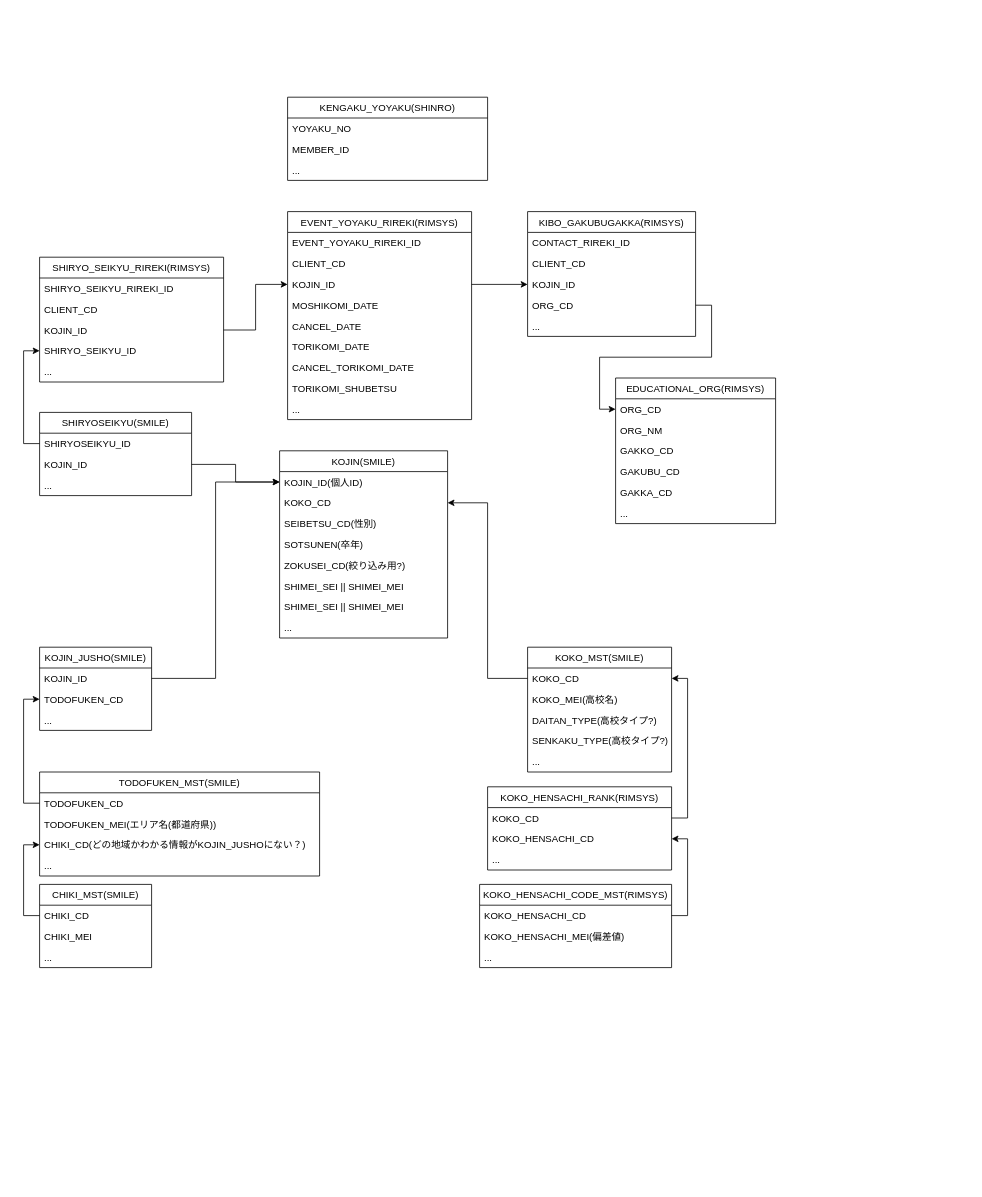
Before: page "Page-6" (6 of 6) of learning bloc.drawio in newuniverse/diagrams, a draw.io diagram. Source tidied: cells renumbered, new cells numbered last; positions are measured from the earlier drawing's top-left corner, leaving out a move shared by most shapes. Both pictures are drawn from the tidied source at 80%, with x=0, y=0 at pixel (39, 97).
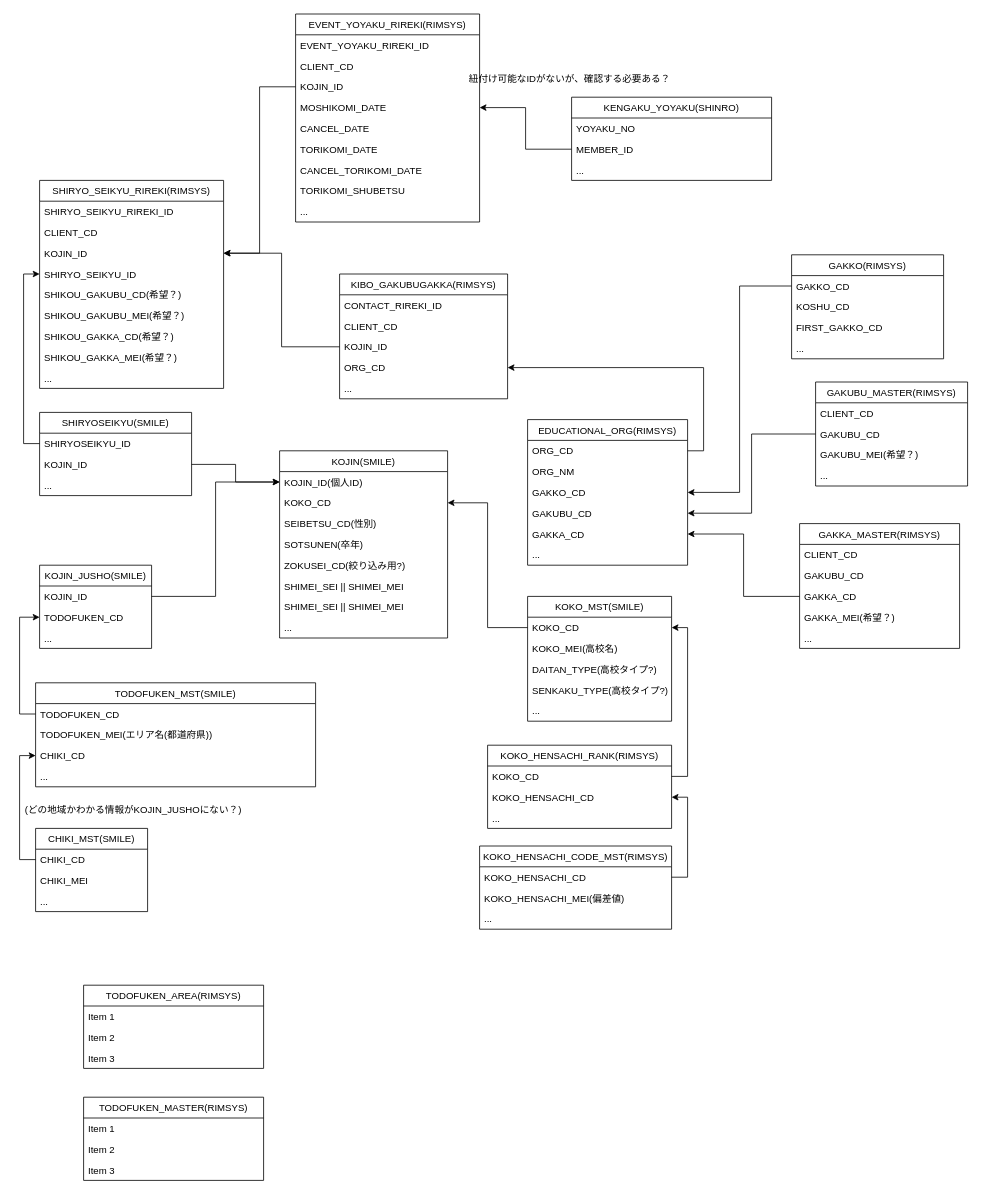
The same diagram, later.

Unchanged cells that the change refers to:
```xml
<mxCell id="47" value="KOJIN_ID" style="text;strokeColor=none;fillColor=none;align=left;verticalAlign=top;spacingLeft=4;spacingRight=4;overflow=hidden;points=[[0,0.5],[1,0.5]];portConstraint=eastwest;" parent="44" vertex="1">
  <mxGeometry y="78" width="230" height="26" as="geometry" />
</mxCell>
<mxCell id="59" value="KOJIN_ID" style="text;strokeColor=none;fillColor=none;align=left;verticalAlign=top;spacingLeft=4;spacingRight=4;overflow=hidden;points=[[0,0.5],[1,0.5]];portConstraint=eastwest;" parent="56" vertex="1">
  <mxGeometry y="78" width="210" height="26" as="geometry" />
</mxCell>
<mxCell id="60" value="ORG_CD" style="text;strokeColor=none;fillColor=none;align=left;verticalAlign=top;spacingLeft=4;spacingRight=4;overflow=hidden;points=[[0,0.5],[1,0.5]];portConstraint=eastwest;" parent="56" vertex="1">
  <mxGeometry y="104" width="210" height="26" as="geometry" />
</mxCell>
<mxCell id="63" value="ORG_CD" style="text;strokeColor=none;fillColor=none;align=left;verticalAlign=top;spacingLeft=4;spacingRight=4;overflow=hidden;points=[[0,0.5],[1,0.5]];portConstraint=eastwest;" parent="62" vertex="1">
  <mxGeometry y="26" width="200" height="26" as="geometry" />
</mxCell>
<mxCell id="65" value="GAKKO_CD" style="text;strokeColor=none;fillColor=none;align=left;verticalAlign=top;spacingLeft=4;spacingRight=4;overflow=hidden;points=[[0,0.5],[1,0.5]];portConstraint=eastwest;" parent="62" vertex="1">
  <mxGeometry y="78" width="200" height="26" as="geometry" />
</mxCell>
<mxCell id="66" value="GAKUBU_CD" style="text;strokeColor=none;fillColor=none;align=left;verticalAlign=top;spacingLeft=4;spacingRight=4;overflow=hidden;points=[[0,0.5],[1,0.5]];portConstraint=eastwest;" parent="62" vertex="1">
  <mxGeometry y="104" width="200" height="26" as="geometry" />
</mxCell>
<mxCell id="67" value="GAKKA_CD" style="text;strokeColor=none;fillColor=none;align=left;verticalAlign=top;spacingLeft=4;spacingRight=4;overflow=hidden;points=[[0,0.5],[1,0.5]];portConstraint=eastwest;" parent="62" vertex="1">
  <mxGeometry y="130" width="200" height="26" as="geometry" />
</mxCell>
<mxCell id="71" value="MEMBER_ID" style="text;strokeColor=none;fillColor=none;align=left;verticalAlign=top;spacingLeft=4;spacingRight=4;overflow=hidden;points=[[0,0.5],[1,0.5]];portConstraint=eastwest;" parent="69" vertex="1">
  <mxGeometry y="52" width="250" height="26" as="geometry" />
</mxCell>
<mxCell id="76" value="KOJIN_ID" style="text;strokeColor=none;fillColor=none;align=left;verticalAlign=top;spacingLeft=4;spacingRight=4;overflow=hidden;points=[[0,0.5],[1,0.5]];portConstraint=eastwest;" parent="73" vertex="1">
  <mxGeometry y="78" width="230" height="26" as="geometry" />
</mxCell>
<mxCell id="77" value="MOSHIKOMI_DATE" style="text;strokeColor=none;fillColor=none;align=left;verticalAlign=top;spacingLeft=4;spacingRight=4;overflow=hidden;points=[[0,0.5],[1,0.5]];portConstraint=eastwest;" parent="73" vertex="1">
  <mxGeometry y="104" width="230" height="26" as="geometry" />
</mxCell>
```

What changed in the source:
```diff
@@
     <mxCell id="11" value="KOKO_MST(SMILE)" style="swimlane;fontStyle=0;horizontal=1;startSize=26;fillColor=none;" parent="1" vertex="1">
-      <mxGeometry x="610" y="687.5" width="180" height="156" as="geometry" />
+      <mxGeometry x="610" y="624" width="180" height="156" as="geometry" />
     </mxCell>
@@
     <mxCell id="18" value="KOJIN_JUSHO(SMILE)" style="swimlane;fontStyle=0;horizontal=1;startSize=26;fillColor=none;" parent="1" vertex="1">
-      <mxGeometry y="687.5" width="140" height="104" as="geometry" />
+      <mxGeometry y="585" width="140" height="104" as="geometry" />
     </mxCell>
@@
     <mxCell id="23" value="TODOFUKEN_MST(SMILE)" style="swimlane;fontStyle=0;horizontal=1;startSize=26;fillColor=none;" parent="1" vertex="1">
-      <mxGeometry y="843.5" width="350" height="130" as="geometry" />
+      <mxGeometry x="-5" y="732" width="350" height="130" as="geometry" />
     </mxCell>
@@
-    <mxCell id="26" value="CHIKI_CD(どの地域かわかる情報がKOJIN_JUSHOにない？)" style="text;strokeColor=none;fillColor=none;align=left;verticalAlign=top;spacingLeft=4;spacingRight=4;overflow=hidden;points=[[0,0.5],[1,0.5]];portConstraint=eastwest;" parent="23" vertex="1">
+    <mxCell id="26" value="CHIKI_CD" style="text;strokeColor=none;fillColor=none;align=left;verticalAlign=top;spacingLeft=4;spacingRight=4;overflow=hidden;points=[[0,0.5],[1,0.5]];portConstraint=eastwest;" parent="23" vertex="1">
       <mxGeometry y="78" width="350" height="26" as="geometry" />
     </mxCell>
@@
     <mxCell id="29" value="CHIKI_MST(SMILE)" style="swimlane;fontStyle=0;horizontal=1;startSize=26;fillColor=none;" parent="1" vertex="1">
-      <mxGeometry y="984" width="140" height="104" as="geometry" />
+      <mxGeometry x="-5" y="914" width="140" height="104" as="geometry" />
     </mxCell>
@@
     <mxCell id="34" value="KOKO_HENSACHI_RANK(RIMSYS)" style="swimlane;fontStyle=0;horizontal=1;startSize=26;fillColor=none;" parent="1" vertex="1">
-      <mxGeometry x="560" y="862" width="230" height="104" as="geometry" />
+      <mxGeometry x="560" y="810" width="230" height="104" as="geometry" />
     </mxCell>
@@
     <mxCell id="38" value="KOKO_HENSACHI_CODE_MST(RIMSYS)" style="swimlane;fontStyle=0;horizontal=1;startSize=26;fillColor=none;" parent="1" vertex="1">
-      <mxGeometry x="550" y="984" width="240" height="104" as="geometry" />
+      <mxGeometry x="550" y="936" width="240" height="104" as="geometry" />
     </mxCell>
@@
     <mxCell id="44" value="SHIRYO_SEIKYU_RIREKI(RIMSYS)" style="swimlane;fontStyle=0;horizontal=1;startSize=26;fillColor=none;" parent="1" vertex="1">
-      <mxGeometry y="200" width="230" height="156" as="geometry" />
+      <mxGeometry y="104" width="230" height="260" as="geometry" />
     </mxCell>
@@
-    <mxCell id="49" value="..." style="text;strokeColor=none;fillColor=none;align=left;verticalAlign=top;spacingLeft=4;spacingRight=4;overflow=hidden;" parent="44" vertex="1">
+    <mxCell id="49" value="SHIKOU_GAKUBU_CD(希望？)" style="text;strokeColor=none;fillColor=none;align=left;verticalAlign=top;spacingLeft=4;spacingRight=4;overflow=hidden;" parent="44" vertex="1">
       <mxGeometry y="130" width="230" height="26" as="geometry" />
     </mxCell>
+    <mxCell id="86" value="SHIKOU_GAKUBU_MEI(希望？)" style="text;strokeColor=none;fillColor=none;align=left;verticalAlign=top;spacingLeft=4;spacingRight=4;overflow=hidden;" parent="44" vertex="1">
+      <mxGeometry y="156" width="230" height="26" as="geometry" />
+    </mxCell>
+    <mxCell id="87" value="SHIKOU_GAKKA_CD(希望？)" style="text;strokeColor=none;fillColor=none;align=left;verticalAlign=top;spacingLeft=4;spacingRight=4;overflow=hidden;" parent="44" vertex="1">
+      <mxGeometry y="182" width="230" height="26" as="geometry" />
+    </mxCell>
+    <mxCell id="88" value="SHIKOU_GAKKA_MEI(希望？)" style="text;strokeColor=none;fillColor=none;align=left;verticalAlign=top;spacingLeft=4;spacingRight=4;overflow=hidden;" parent="44" vertex="1">
+      <mxGeometry y="208" width="230" height="26" as="geometry" />
+    </mxCell>
+    <mxCell id="89" value="..." style="text;strokeColor=none;fillColor=none;align=left;verticalAlign=top;spacingLeft=4;spacingRight=4;overflow=hidden;" parent="44" vertex="1">
+      <mxGeometry y="234" width="230" height="26" as="geometry" />
+    </mxCell>
@@
     <mxCell id="56" value="KIBO_GAKUBUGAKKA(RIMSYS)" style="swimlane;fontStyle=0;horizontal=1;startSize=26;fillColor=none;" parent="1" vertex="1">
-      <mxGeometry x="610" y="143" width="210" height="156" as="geometry" />
+      <mxGeometry x="375" y="221" width="210" height="156" as="geometry" />
     </mxCell>
@@
     <mxCell id="62" value="EDUCATIONAL_ORG(RIMSYS)" style="swimlane;fontStyle=0;horizontal=1;startSize=26;fillColor=none;" parent="1" vertex="1">
-      <mxGeometry x="720" y="351" width="200" height="182" as="geometry" />
+      <mxGeometry x="610" y="403" width="200" height="182" as="geometry" />
     </mxCell>
@@
     <mxCell id="69" value="KENGAKU_YOYAKU(SHINRO)" style="swimlane;fontStyle=0;horizontal=1;startSize=26;fillColor=none;" parent="1" vertex="1">
-      <mxGeometry x="310" width="250" height="104" as="geometry" />
+      <mxGeometry x="665" width="250" height="104" as="geometry" />
     </mxCell>
@@
     <mxCell id="73" value="EVENT_YOYAKU_RIREKI(RIMSYS)" style="swimlane;fontStyle=0;horizontal=1;startSize=26;fillColor=none;" parent="1" vertex="1">
-      <mxGeometry x="310" y="143" width="230" height="260" as="geometry" />
+      <mxGeometry x="320" y="-104" width="230" height="260" as="geometry" />
     </mxCell>
@@
-    <mxCell id="83" style="edgeStyle=orthogonalEdgeStyle;rounded=0;jettySize=auto;html=1;exitX=1;exitY=0.5;exitDx=0;exitDy=0;entryX=0;entryY=0.5;entryDx=0;entryDy=0;" parent="1" edge="1" source="47" target="76">
-      <mxGeometry relative="1" as="geometry" />
-    </mxCell>
-    <mxCell id="84" style="edgeStyle=orthogonalEdgeStyle;rounded=0;jettySize=auto;html=1;exitX=1;exitY=0.5;exitDx=0;exitDy=0;entryX=0;entryY=0.5;entryDx=0;entryDy=0;" parent="1" edge="1" source="76" target="59">
-      <mxGeometry relative="1" as="geometry" />
-    </mxCell>
-    <mxCell id="85" style="edgeStyle=orthogonalEdgeStyle;rounded=0;jettySize=auto;html=1;exitX=1;exitY=0.5;exitDx=0;exitDy=0;entryX=0;entryY=0.5;entryDx=0;entryDy=0;" parent="1" edge="1" source="60" target="63">
-      <mxGeometry relative="1" as="geometry" />
-    </mxCell>
+    <mxCell id="90" value="GAKKO(RIMSYS)" style="swimlane;fontStyle=0;horizontal=1;startSize=26;fillColor=none;" parent="1" vertex="1">
+      <mxGeometry x="940" y="197" width="190" height="130" as="geometry" />
+    </mxCell>
+    <mxCell id="91" value="GAKKO_CD" style="text;strokeColor=none;fillColor=none;align=left;verticalAlign=top;spacingLeft=4;spacingRight=4;overflow=hidden;points=[[0,0.5],[1,0.5]];portConstraint=eastwest;" parent="90" vertex="1">
+      <mxGeometry y="26" width="190" height="26" as="geometry" />
+    </mxCell>
+    <mxCell id="92" value="KOSHU_CD" style="text;strokeColor=none;fillColor=none;align=left;verticalAlign=top;spacingLeft=4;spacingRight=4;overflow=hidden;" parent="90" vertex="1">
+      <mxGeometry y="52" width="190" height="26" as="geometry" />
+    </mxCell>
+    <mxCell id="93" value="FIRST_GAKKO_CD" style="text;strokeColor=none;fillColor=none;align=left;verticalAlign=top;spacingLeft=4;spacingRight=4;overflow=hidden;" parent="90" vertex="1">
+      <mxGeometry y="78" width="190" height="26" as="geometry" />
+    </mxCell>
+    <mxCell id="94" value="..." style="text;strokeColor=none;fillColor=none;align=left;verticalAlign=top;spacingLeft=4;spacingRight=4;overflow=hidden;" parent="90" vertex="1">
+      <mxGeometry y="104" width="190" height="26" as="geometry" />
+    </mxCell>
+    <mxCell id="95" value="GAKUBU_MASTER(RIMSYS)" style="swimlane;fontStyle=0;horizontal=1;startSize=26;fillColor=none;" parent="1" vertex="1">
+      <mxGeometry x="970" y="356" width="190" height="130" as="geometry" />
+    </mxCell>
+    <mxCell id="96" value="CLIENT_CD" style="text;strokeColor=none;fillColor=none;align=left;verticalAlign=top;spacingLeft=4;spacingRight=4;overflow=hidden;" parent="95" vertex="1">
+      <mxGeometry y="26" width="190" height="26" as="geometry" />
+    </mxCell>
+    <mxCell id="97" value="GAKUBU_CD" style="text;strokeColor=none;fillColor=none;align=left;verticalAlign=top;spacingLeft=4;spacingRight=4;overflow=hidden;points=[[0,0.5],[1,0.5]];portConstraint=eastwest;" parent="95" vertex="1">
+      <mxGeometry y="52" width="190" height="26" as="geometry" />
+    </mxCell>
+    <mxCell id="98" value="GAKUBU_MEI(希望？)" style="text;strokeColor=none;fillColor=none;align=left;verticalAlign=top;spacingLeft=4;spacingRight=4;overflow=hidden;" parent="95" vertex="1">
+      <mxGeometry y="78" width="190" height="26" as="geometry" />
+    </mxCell>
+    <mxCell id="99" value="..." style="text;strokeColor=none;fillColor=none;align=left;verticalAlign=top;spacingLeft=4;spacingRight=4;overflow=hidden;" parent="95" vertex="1">
+      <mxGeometry y="104" width="190" height="26" as="geometry" />
+    </mxCell>
+    <mxCell id="100" value="紐付け可能なIDがないが、確認する必要ある？" style="text;html=1;align=left;verticalAlign=top;spacingTop=-4;" parent="1" vertex="1">
+      <mxGeometry x="535" y="-33" width="270" height="20" as="geometry" />
+    </mxCell>
+    <mxCell id="101" value="GAKKA_MASTER(RIMSYS)" style="swimlane;fontStyle=0;horizontal=1;startSize=26;fillColor=none;" parent="1" vertex="1">
+      <mxGeometry x="950" y="533" width="200" height="156" as="geometry" />
+    </mxCell>
+    <mxCell id="102" value="CLIENT_CD" style="text;strokeColor=none;fillColor=none;align=left;verticalAlign=top;spacingLeft=4;spacingRight=4;overflow=hidden;" parent="101" vertex="1">
+      <mxGeometry y="26" width="200" height="26" as="geometry" />
+    </mxCell>
+    <mxCell id="103" value="GAKUBU_CD" style="text;strokeColor=none;fillColor=none;align=left;verticalAlign=top;spacingLeft=4;spacingRight=4;overflow=hidden;" parent="101" vertex="1">
+      <mxGeometry y="52" width="200" height="26" as="geometry" />
+    </mxCell>
+    <mxCell id="104" value="GAKKA_CD" style="text;strokeColor=none;fillColor=none;align=left;verticalAlign=top;spacingLeft=4;spacingRight=4;overflow=hidden;points=[[0,0.5],[1,0.5]];portConstraint=eastwest;" parent="101" vertex="1">
+      <mxGeometry y="78" width="200" height="26" as="geometry" />
+    </mxCell>
+    <mxCell id="105" value="GAKKA_MEI(希望？)" style="text;strokeColor=none;fillColor=none;align=left;verticalAlign=top;spacingLeft=4;spacingRight=4;overflow=hidden;" parent="101" vertex="1">
+      <mxGeometry y="104" width="200" height="26" as="geometry" />
+    </mxCell>
+    <mxCell id="106" value="..." style="text;strokeColor=none;fillColor=none;align=left;verticalAlign=top;spacingLeft=4;spacingRight=4;overflow=hidden;" parent="101" vertex="1">
+      <mxGeometry y="130" width="200" height="26" as="geometry" />
+    </mxCell>
+    <mxCell id="107" style="edgeStyle=orthogonalEdgeStyle;rounded=0;jettySize=auto;html=1;exitX=0;exitY=0.5;exitDx=0;exitDy=0;entryX=1;entryY=0.5;entryDx=0;entryDy=0;" parent="1" edge="1" source="76" target="47">
+      <mxGeometry relative="1" as="geometry" />
+    </mxCell>
+    <mxCell id="108" style="edgeStyle=orthogonalEdgeStyle;rounded=0;jettySize=auto;html=1;exitX=0;exitY=0.5;exitDx=0;exitDy=0;entryX=1;entryY=0.5;entryDx=0;entryDy=0;" parent="1" edge="1" source="59" target="47">
+      <mxGeometry relative="1" as="geometry" />
+    </mxCell>
+    <mxCell id="109" style="edgeStyle=orthogonalEdgeStyle;rounded=0;jettySize=auto;html=1;exitX=1;exitY=0.5;exitDx=0;exitDy=0;entryX=1;entryY=0.5;entryDx=0;entryDy=0;" parent="1" edge="1" source="63" target="60">
+      <mxGeometry relative="1" as="geometry" />
+    </mxCell>
+    <mxCell id="110" style="edgeStyle=orthogonalEdgeStyle;rounded=0;jettySize=auto;html=1;exitX=0;exitY=0.5;exitDx=0;exitDy=0;entryX=1;entryY=0.5;entryDx=0;entryDy=0;" parent="1" edge="1" source="91" target="65">
+      <mxGeometry relative="1" as="geometry" />
+    </mxCell>
+    <mxCell id="111" style="edgeStyle=orthogonalEdgeStyle;rounded=0;jettySize=auto;html=1;exitX=0;exitY=0.5;exitDx=0;exitDy=0;entryX=1;entryY=0.5;entryDx=0;entryDy=0;" parent="1" edge="1" source="97" target="66">
+      <mxGeometry relative="1" as="geometry" />
+    </mxCell>
+    <mxCell id="112" style="edgeStyle=orthogonalEdgeStyle;rounded=0;jettySize=auto;html=1;exitX=0;exitY=0.5;exitDx=0;exitDy=0;entryX=1;entryY=0.5;entryDx=0;entryDy=0;" parent="1" edge="1" source="104" target="67">
+      <mxGeometry relative="1" as="geometry" />
+    </mxCell>
+    <mxCell id="113" value="(どの地域かわかる情報がKOJIN_JUSHOにない？)" style="text;html=1;align=left;verticalAlign=top;spacingTop=-4;" parent="1" vertex="1">
+      <mxGeometry x="-20" y="881" width="290" height="20" as="geometry" />
+    </mxCell>
+    <mxCell id="114" style="edgeStyle=orthogonalEdgeStyle;rounded=0;jettySize=auto;html=1;exitX=0;exitY=0.5;exitDx=0;exitDy=0;entryX=1;entryY=0.5;entryDx=0;entryDy=0;" parent="1" edge="1" source="71" target="77">
+      <mxGeometry relative="1" as="geometry" />
+    </mxCell>
+    <mxCell id="115" value="TODOFUKEN_AREA(RIMSYS)" style="swimlane;fontStyle=0;horizontal=1;startSize=26;fillColor=none;" parent="1" vertex="1">
+      <mxGeometry x="55" y="1110" width="225" height="104" as="geometry" />
+    </mxCell>
+    <mxCell id="116" value="Item 1" style="text;strokeColor=none;fillColor=none;align=left;verticalAlign=top;spacingLeft=4;spacingRight=4;overflow=hidden;" parent="115" vertex="1">
+      <mxGeometry y="26" width="225" height="26" as="geometry" />
+    </mxCell>
+    <mxCell id="117" value="Item 2" style="text;strokeColor=none;fillColor=none;align=left;verticalAlign=top;spacingLeft=4;spacingRight=4;overflow=hidden;" parent="115" vertex="1">
+      <mxGeometry y="52" width="225" height="26" as="geometry" />
+    </mxCell>
+    <mxCell id="118" value="Item 3" style="text;strokeColor=none;fillColor=none;align=left;verticalAlign=top;spacingLeft=4;spacingRight=4;overflow=hidden;" parent="115" vertex="1">
+      <mxGeometry y="78" width="225" height="26" as="geometry" />
+    </mxCell>
+    <mxCell id="119" value="TODOFUKEN_MASTER(RIMSYS)" style="swimlane;fontStyle=0;horizontal=1;startSize=26;fillColor=none;" parent="1" vertex="1">
+      <mxGeometry x="55" y="1250" width="225" height="104" as="geometry" />
+    </mxCell>
+    <mxCell id="120" value="Item 1" style="text;strokeColor=none;fillColor=none;align=left;verticalAlign=top;spacingLeft=4;spacingRight=4;overflow=hidden;" parent="119" vertex="1">
+      <mxGeometry y="26" width="225" height="26" as="geometry" />
+    </mxCell>
+    <mxCell id="121" value="Item 2" style="text;strokeColor=none;fillColor=none;align=left;verticalAlign=top;spacingLeft=4;spacingRight=4;overflow=hidden;" parent="119" vertex="1">
+      <mxGeometry y="52" width="225" height="26" as="geometry" />
+    </mxCell>
+    <mxCell id="122" value="Item 3" style="text;strokeColor=none;fillColor=none;align=left;verticalAlign=top;spacingLeft=4;spacingRight=4;overflow=hidden;" parent="119" vertex="1">
+      <mxGeometry y="78" width="225" height="26" as="geometry" />
+    </mxCell>
```
